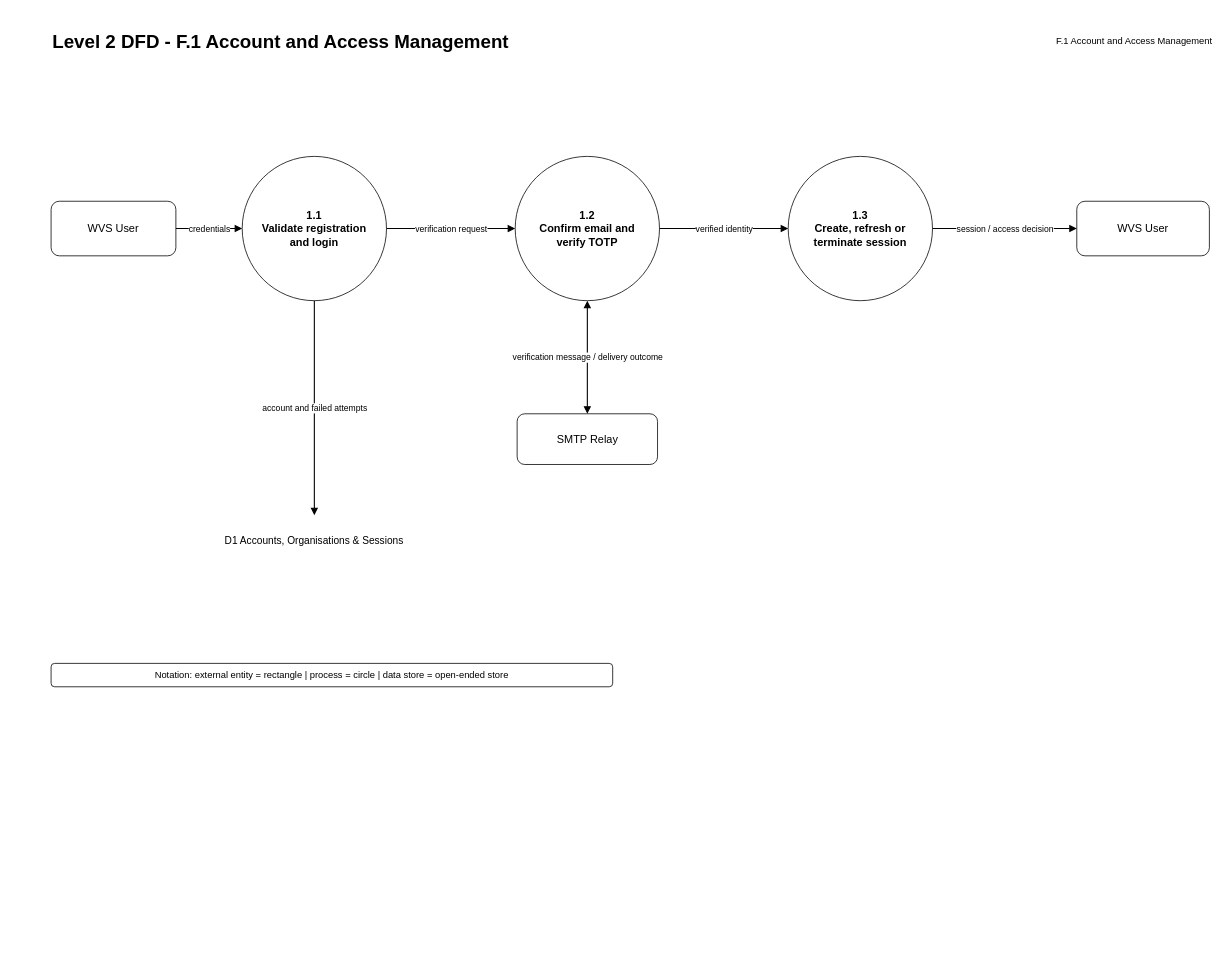
Above: page "F.1" (3 of 11) of docs/Website_Vulnerability_Scanner_DFD.drawio in ksacheth/software-engineering (draw.io), before the change. Source tidied: cells renumbered, new cells numbered last; positions are measured from the earlier drawing's top-left corner, leaving out a move shared by most shapes. Both pictures are drawn from the tidied source at 78%, with x=0, y=0 at pixel (51, 27).
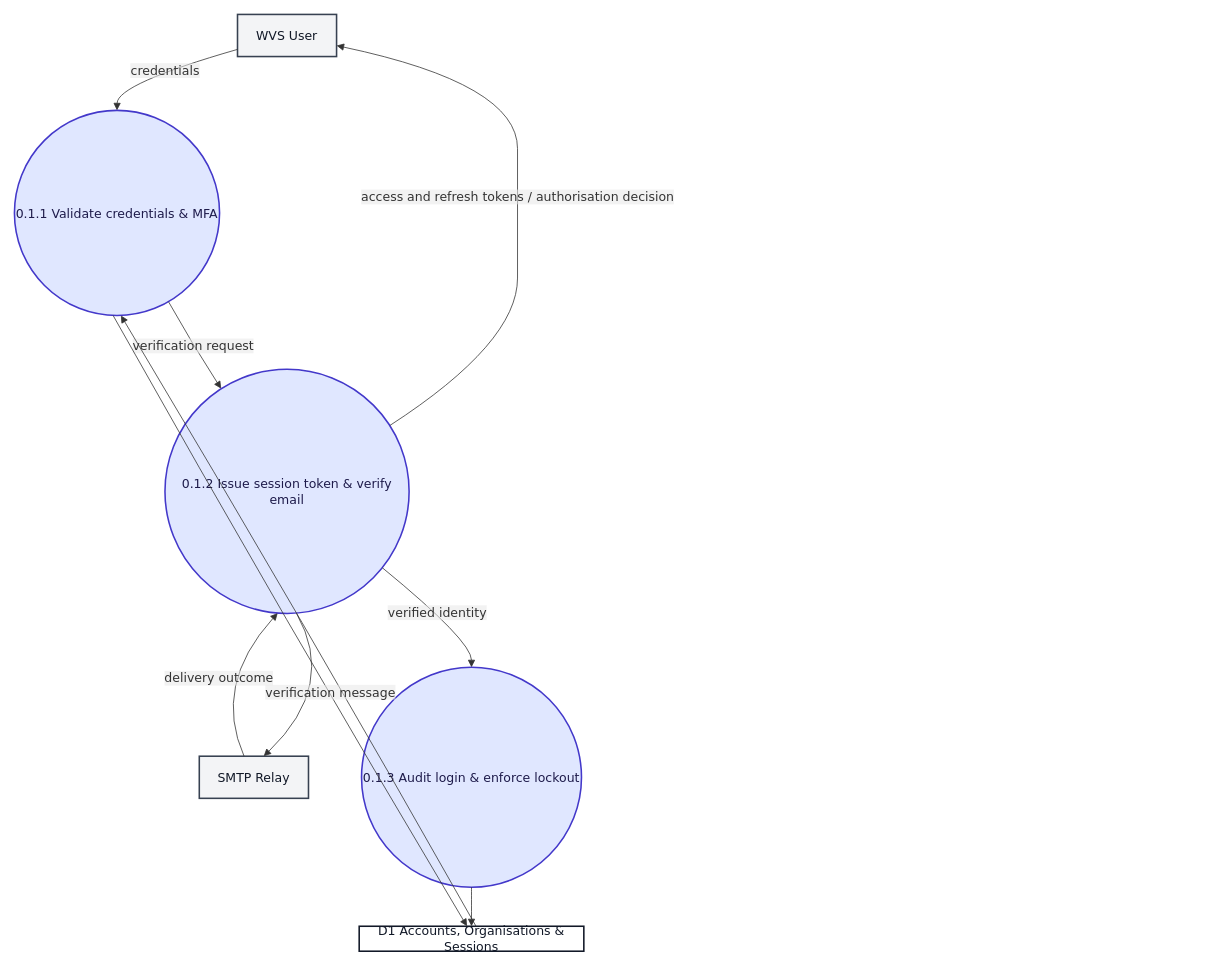
After the change.

The edit, as a diff of the source:
```diff
@@
-    <mxCell id="2" value="Level 2 DFD - F.1 Account and Access Management" style="text;html=1;align=left;verticalAlign=middle;fontSize=24;fontStyle=1;fontColor=#000000;" parent="1" vertex="1">
-      <mxGeometry width="800" height="40" as="geometry" />
+    <mxCell id="2" value="WVS User" style="html=1;whiteSpace=wrap;strokeWidth=2;fillColor=#f3f4f6;strokeColor=#374151;fontColor=#111827;fontFamily=Trebuchet MS,Verdana,Arial,sans-serif;fontSize=16;" parent="1" vertex="1">
+      <mxGeometry x="239" y="-16" width="127" height="54" as="geometry" />
     </mxCell>
-    <mxCell id="3" value="F.1 Account and Access Management" style="text;html=1;align=right;verticalAlign=middle;fontSize=12;fontColor=#000000;" parent="1" vertex="1">
-      <mxGeometry x="970" y="4" width="520" height="30" as="geometry" />
+    <mxCell id="3" value="0.1.1 Validate credentials &amp; MFA" style="ellipse;html=1;strokeWidth=2;whiteSpace=wrap;fillColor=#e0e7ff;strokeColor=#4338ca;fontColor=#1e1b4b;fontFamily=Trebuchet MS,Verdana,Arial,sans-serif;fontSize=16;" parent="1" vertex="1">
+      <mxGeometry x="-47" y="107" width="263" height="263" as="geometry" />
     </mxCell>
-    <mxCell id="4" value="Notation: external entity = rectangle | process = circle | data store = open-ended store" style="rounded=1;whiteSpace=wrap;html=1;fillColor=#ffffff;strokeColor=#000000;fontSize=12;fontColor=#000000;" parent="1" vertex="1">
-      <mxGeometry y="816" width="720" height="30" as="geometry" />
+    <mxCell id="4" value="0.1.2 Issue session token &amp; verify email" style="ellipse;html=1;strokeWidth=2;whiteSpace=wrap;fillColor=#e0e7ff;strokeColor=#4338ca;fontColor=#1e1b4b;fontFamily=Trebuchet MS,Verdana,Arial,sans-serif;fontSize=16;" parent="1" vertex="1">
+      <mxGeometry x="146" y="439" width="313" height="313" as="geometry" />
     </mxCell>
-    <mxCell id="5" value="1.1&lt;br&gt;Validate registration&lt;br&gt;and login" style="shape=ellipse;whiteSpace=wrap;html=1;fillColor=#ffffff;strokeColor=#000000;fontSize=14;fontStyle=1;fontColor=#000000;" parent="1" vertex="1">
-      <mxGeometry x="245" y="166" width="185" height="185" as="geometry" />
+    <mxCell id="5" value="0.1.3 Audit login &amp; enforce lockout" style="ellipse;html=1;strokeWidth=2;whiteSpace=wrap;fillColor=#e0e7ff;strokeColor=#4338ca;fontColor=#1e1b4b;fontFamily=Trebuchet MS,Verdana,Arial,sans-serif;fontSize=16;" parent="1" vertex="1">
+      <mxGeometry x="398" y="821" width="282" height="282" as="geometry" />
     </mxCell>
-    <mxCell id="6" value="1.2&lt;br&gt;Confirm email and&lt;br&gt;verify TOTP" style="shape=ellipse;whiteSpace=wrap;html=1;fillColor=#ffffff;strokeColor=#000000;fontSize=14;fontStyle=1;fontColor=#000000;" parent="1" vertex="1">
-      <mxGeometry x="595" y="166" width="185" height="185" as="geometry" />
+    <mxCell id="6" value="D1 Accounts, Organisations &amp; Sessions" style="html=1;whiteSpace=wrap;strokeWidth=2;fillColor=none;strokeColor=#111827;fontColor=#111827;fontFamily=Trebuchet MS,Verdana,Arial,sans-serif;fontSize=16;" parent="1" vertex="1">
+      <mxGeometry x="395" y="1153" width="288" height="32" as="geometry" />
     </mxCell>
-    <mxCell id="7" value="1.3&lt;br&gt;Create, refresh or&lt;br&gt;terminate session" style="shape=ellipse;whiteSpace=wrap;html=1;fillColor=#ffffff;strokeColor=#000000;fontSize=14;fontStyle=1;fontColor=#000000;" parent="1" vertex="1">
-      <mxGeometry x="945" y="166" width="185" height="185" as="geometry" />
+    <mxCell id="7" value="SMTP Relay" style="html=1;whiteSpace=wrap;strokeWidth=2;fillColor=#f3f4f6;strokeColor=#374151;fontColor=#111827;fontFamily=Trebuchet MS,Verdana,Arial,sans-serif;fontSize=16;" parent="1" vertex="1">
+      <mxGeometry x="190" y="935" width="140" height="54" as="geometry" />
     </mxCell>
-    <mxCell id="8" value="WVS User" style="rounded=1;whiteSpace=wrap;html=1;fillColor=#ffffff;strokeColor=#000000;fontSize=14;fontColor=#000000;" parent="1" vertex="1">
-      <mxGeometry y="223.5" width="160" height="70" as="geometry" />
+    <mxCell id="8" value="credentials" style="curved=1;startArrow=none;endArrow=block;endSize=7;strokeColor=light-dark(#333333,#cccccc);html=1;fontSize=16;labelBackgroundColor=light-dark(#E8E8E88D,#2a2a2a8D);fontFamily=Trebuchet MS,Verdana,Arial,sans-serif;fontColor=light-dark(#333333,#cccccc);exitX=0;exitY=0.83;entryX=0.5;entryY=0;" parent="1" edge="1" source="2" target="3">
+      <mxGeometry relative="1" as="geometry">
+        <Array as="points">
+          <mxPoint x="85" y="73" />
+        </Array>
+      </mxGeometry>
     </mxCell>
-    <mxCell id="9" value="credentials" style="edgeStyle=orthogonalEdgeStyle;rounded=0;jettySize=auto;html=1;endArrow=block;endFill=1;strokeWidth=1.4;strokeColor=#000000;fontSize=11;fontColor=#000000;labelBackgroundColor=#ffffff;" parent="1" edge="1" source="8" target="5">
-      <mxGeometry relative="1" as="geometry" />
+    <mxCell id="9" value="verification request" style="curved=1;startArrow=none;endArrow=block;endSize=7;strokeColor=light-dark(#333333,#cccccc);html=1;fontSize=16;labelBackgroundColor=light-dark(#E8E8E88D,#2a2a2a8D);fontFamily=Trebuchet MS,Verdana,Arial,sans-serif;fontColor=light-dark(#333333,#cccccc);exitX=0.79;exitY=1;entryX=0.18;entryY=0;" parent="1" edge="1" source="3" target="4">
+      <mxGeometry relative="1" as="geometry">
+        <Array as="points">
+          <mxPoint x="180" y="405" />
+        </Array>
+      </mxGeometry>
     </mxCell>
-    <mxCell id="10" value="WVS User" style="rounded=1;whiteSpace=wrap;html=1;fillColor=#ffffff;strokeColor=#000000;fontSize=14;fontColor=#000000;" parent="1" vertex="1">
-      <mxGeometry x="1315" y="223.5" width="170" height="70" as="geometry" />
+    <mxCell id="10" value="access and refresh tokens / authorisation decision" style="curved=1;startArrow=none;endArrow=block;endSize=7;strokeColor=light-dark(#333333,#cccccc);html=1;fontSize=16;labelBackgroundColor=light-dark(#E8E8E88D,#2a2a2a8D);fontFamily=Trebuchet MS,Verdana,Arial,sans-serif;fontColor=light-dark(#333333,#cccccc);exitX=1;exitY=0.18;entryX=1;entryY=0.74;" parent="1" edge="1" source="4" target="2">
+      <mxGeometry relative="1" as="geometry">
+        <Array as="points">
+          <mxPoint x="598" y="405" />
+          <mxPoint x="598" y="239" />
+          <mxPoint x="598" y="73" />
+        </Array>
+      </mxGeometry>
     </mxCell>
-    <mxCell id="11" value="session / access decision" style="edgeStyle=orthogonalEdgeStyle;rounded=0;jettySize=auto;html=1;endArrow=block;endFill=1;strokeWidth=1.4;strokeColor=#000000;fontSize=11;fontColor=#000000;labelBackgroundColor=#ffffff;" parent="1" edge="1" source="7" target="10">
-      <mxGeometry relative="1" as="geometry" />
+    <mxCell id="11" value="verified identity" style="curved=1;startArrow=none;endArrow=block;endSize=7;strokeColor=light-dark(#333333,#cccccc);html=1;fontSize=16;labelBackgroundColor=light-dark(#E8E8E88D,#2a2a2a8D);fontFamily=Trebuchet MS,Verdana,Arial,sans-serif;fontColor=light-dark(#333333,#cccccc);exitX=1;exitY=0.9;entryX=0.5;entryY=0;" parent="1" edge="1" source="4" target="5">
+      <mxGeometry relative="1" as="geometry">
+        <Array as="points">
+          <mxPoint x="539" y="787" />
+        </Array>
+      </mxGeometry>
     </mxCell>
-    <mxCell id="12" value="verification request" style="edgeStyle=orthogonalEdgeStyle;rounded=0;jettySize=auto;html=1;endArrow=block;endFill=1;strokeWidth=1.4;strokeColor=#000000;fontSize=11;fontColor=#000000;labelBackgroundColor=#ffffff;" parent="1" edge="1" source="5" target="6">
-      <mxGeometry relative="1" as="geometry" />
+    <mxCell id="12" style="curved=1;startArrow=none;endArrow=block;endSize=7;strokeColor=light-dark(#333333,#cccccc);exitX=0.52;exitY=0;entryX=0.52;entryY=1;" parent="1" edge="1" source="6" target="3">
+      <mxGeometry relative="1" as="geometry">
+        <Array as="points">
+          <mxPoint x="324" y="762" />
+        </Array>
+      </mxGeometry>
     </mxCell>
-    <mxCell id="13" value="verified identity" style="edgeStyle=orthogonalEdgeStyle;rounded=0;jettySize=auto;html=1;endArrow=block;endFill=1;strokeWidth=1.4;strokeColor=#000000;fontSize=11;fontColor=#000000;labelBackgroundColor=#ffffff;" parent="1" edge="1" source="6" target="7">
-      <mxGeometry relative="1" as="geometry" />
+    <mxCell id="13" style="curved=1;startArrow=none;endArrow=block;endSize=7;strokeColor=light-dark(#333333,#cccccc);exitX=0.48;exitY=1;entryX=0.48;entryY=0;" parent="1" edge="1" source="3" target="6">
+      <mxGeometry relative="1" as="geometry">
+        <Array as="points">
+          <mxPoint x="300" y="762" />
+        </Array>
+      </mxGeometry>
     </mxCell>
-    <mxCell id="14" value="D1 Accounts, Organisations &amp; Sessions" style="shape=partialRectangle;whiteSpace=wrap;html=1;fillColor=#ffffff;strokeColor=#000000;fontSize=13;fontColor=#000000;top=0;left=0;right=0;bottom=0;" parent="1" vertex="1">
-      <mxGeometry x="220" y="626" width="235" height="65" as="geometry" />
+    <mxCell id="14" style="curved=1;startArrow=none;endArrow=block;endSize=7;strokeColor=light-dark(#333333,#cccccc);exitX=0.5;exitY=1;entryX=0.5;entryY=0;" parent="1" edge="1" source="5" target="6">
+      <mxGeometry relative="1" as="geometry" />
     </mxCell>
-    <mxCell id="15" value="account and failed attempts" style="edgeStyle=orthogonalEdgeStyle;rounded=0;jettySize=auto;html=1;endArrow=block;endFill=1;strokeWidth=1.4;strokeColor=#000000;fontSize=11;fontColor=#000000;labelBackgroundColor=#ffffff;" parent="1" edge="1" source="5" target="14">
-      <mxGeometry relative="1" as="geometry" />
+    <mxCell id="15" value="verification message" style="curved=1;startArrow=none;endArrow=block;endSize=7;strokeColor=light-dark(#333333,#cccccc);html=1;fontSize=16;labelBackgroundColor=light-dark(#E8E8E88D,#2a2a2a8D);fontFamily=Trebuchet MS,Verdana,Arial,sans-serif;fontColor=light-dark(#333333,#cccccc);exitX=0.54;exitY=1;entryX=0.59;entryY=0;" parent="1" edge="1" source="4" target="7">
+      <mxGeometry relative="1" as="geometry">
+        <Array as="points">
+          <mxPoint x="367" y="844" />
+        </Array>
+      </mxGeometry>
     </mxCell>
-    <mxCell id="16" value="SMTP Relay" style="rounded=1;whiteSpace=wrap;html=1;fillColor=#ffffff;strokeColor=#000000;fontSize=14;fontColor=#000000;" parent="1" vertex="1">
-      <mxGeometry x="597.5" y="496" width="180" height="65" as="geometry" />
+    <mxCell id="16" value="delivery outcome" style="curved=1;startArrow=none;endArrow=block;endSize=7;strokeColor=light-dark(#333333,#cccccc);html=1;fontSize=16;labelBackgroundColor=light-dark(#E8E8E88D,#2a2a2a8D);fontFamily=Trebuchet MS,Verdana,Arial,sans-serif;fontColor=light-dark(#333333,#cccccc);exitX=0.41;exitY=0;entryX=0.46;entryY=1;" parent="1" edge="1" source="7" target="4">
+      <mxGeometry relative="1" as="geometry">
+        <Array as="points">
+          <mxPoint x="207" y="844" />
+        </Array>
+      </mxGeometry>
     </mxCell>
-    <mxCell id="17" value="verification message / delivery outcome" style="edgeStyle=orthogonalEdgeStyle;rounded=0;jettySize=auto;html=1;startArrow=block;startFill=1;endArrow=block;endFill=1;strokeWidth=1.4;strokeColor=#000000;fontSize=11;fontColor=#000000;labelBackgroundColor=#ffffff;" parent="1" edge="1" source="6" target="16">
-      <mxGeometry relative="1" as="geometry" />
-    </mxCell>
```
